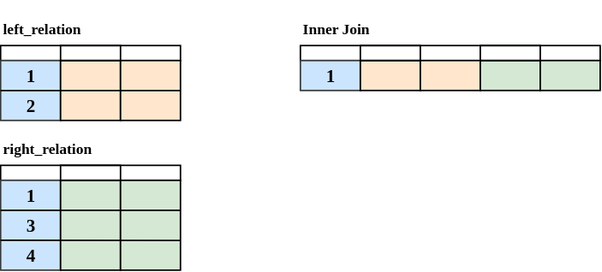
This is docs/sql-reference/inner-join.svg from mabel-dev/opteryx.dev, a draw.io export, as it was before one commit. Source tidied: cells renumbered, new cells last; positions are measured from the earlier drawing's top-left corner, leaving out a move shared by most shapes. Its diagram source:
```xml
<mxGraphModel>
  <root>
    <mxCell id="0" />
    <mxCell id="1" parent="0" />
    <mxCell id="2" style="rounded=0;whiteSpace=wrap;html=1;fontFamily=Lucida Console;fontSize=6;strokeColor=#000000;strokeWidth=1;fillColor=default;gradientColor=none;" parent="1" vertex="1">
      <mxGeometry y="30" width="120" height="10" as="geometry" />
    </mxCell>
    <mxCell id="3" style="rounded=0;whiteSpace=wrap;html=1;fontFamily=Lucida Console;fontSize=6;strokeColor=#36393d;strokeWidth=1;fillColor=#cce5ff;" parent="1" vertex="1">
      <mxGeometry y="40" width="40" height="40" as="geometry" />
    </mxCell>
    <mxCell id="4" style="rounded=0;whiteSpace=wrap;html=1;fontFamily=Lucida Console;fontSize=6;strokeColor=#000000;strokeWidth=1;fillColor=#ffe6cc;" parent="1" vertex="1">
      <mxGeometry x="40" y="40" width="40" height="40" as="geometry" />
    </mxCell>
    <mxCell id="5" style="rounded=0;whiteSpace=wrap;html=1;fontFamily=Lucida Console;fontSize=6;strokeColor=#000000;strokeWidth=1;fillColor=#ffe6cc;" parent="1" vertex="1">
      <mxGeometry x="80" y="40" width="40" height="40" as="geometry" />
    </mxCell>
    <mxCell id="6" style="endArrow=none;html=1;rounded=0;fontFamily=Lucida Console;fontSize=6;entryX=1;entryY=0.5;entryDx=0;entryDy=0;exitX=0;exitY=0.5;exitDx=0;exitDy=0;startArrow=none;" parent="1" edge="1" source="3" target="5">
      <mxGeometry relative="1" as="geometry" />
    </mxCell>
    <mxCell id="7" value="1" style="text;strokeColor=none;fillColor=none;html=1;fontSize=12;fontStyle=1;verticalAlign=bottom;align=center;fontFamily=Lucida Console;" parent="1" vertex="1">
      <mxGeometry y="40" width="40" height="20" as="geometry" />
    </mxCell>
    <mxCell id="8" value="2" style="text;strokeColor=none;fillColor=none;html=1;fontSize=12;fontStyle=1;verticalAlign=bottom;align=center;fontFamily=Lucida Console;" parent="1" vertex="1">
      <mxGeometry y="60" width="40" height="20" as="geometry" />
    </mxCell>
    <mxCell id="9" style="rounded=0;whiteSpace=wrap;html=1;fontFamily=Lucida Console;fontSize=6;strokeColor=#000000;strokeWidth=1;fillColor=none;" parent="1" vertex="1">
      <mxGeometry x="40" y="30" width="40" height="10" as="geometry" />
    </mxCell>
    <mxCell id="10" style="rounded=0;whiteSpace=wrap;html=1;fontFamily=Lucida Console;fontSize=6;strokeColor=#000000;strokeWidth=1;fillColor=default;gradientColor=none;" parent="1" vertex="1">
      <mxGeometry y="110" width="120" height="10" as="geometry" />
    </mxCell>
    <mxCell id="11" style="rounded=0;whiteSpace=wrap;html=1;fontFamily=Lucida Console;fontSize=6;strokeColor=#36393d;strokeWidth=1;fillColor=#cce5ff;" parent="1" vertex="1">
      <mxGeometry y="120" width="40" height="60" as="geometry" />
    </mxCell>
    <mxCell id="12" style="rounded=0;whiteSpace=wrap;html=1;fontFamily=Lucida Console;fontSize=6;strokeColor=#000000;strokeWidth=1;fillColor=#d5e8d4;" parent="1" vertex="1">
      <mxGeometry x="40" y="120" width="40" height="60" as="geometry" />
    </mxCell>
    <mxCell id="13" style="rounded=0;whiteSpace=wrap;html=1;fontFamily=Lucida Console;fontSize=6;strokeColor=#000000;strokeWidth=1;fillColor=#d5e8d4;" parent="1" vertex="1">
      <mxGeometry x="80" y="120" width="40" height="60" as="geometry" />
    </mxCell>
    <mxCell id="14" style="endArrow=none;html=1;rounded=0;fontFamily=Lucida Console;fontSize=6;exitX=0;exitY=0;exitDx=0;exitDy=0;startArrow=none;entryX=1;entryY=0.669;entryDx=0;entryDy=0;entryPerimeter=0;" parent="1" edge="1" source="18" target="13">
      <mxGeometry relative="1" as="geometry" />
    </mxCell>
    <mxCell id="15" value="1" style="text;strokeColor=none;fillColor=none;html=1;fontSize=12;fontStyle=1;verticalAlign=bottom;align=center;fontFamily=Lucida Console;" parent="1" vertex="1">
      <mxGeometry y="120" width="40" height="20" as="geometry" />
    </mxCell>
    <mxCell id="16" value="3" style="text;strokeColor=none;fillColor=none;html=1;fontSize=12;fontStyle=1;verticalAlign=bottom;align=center;fontFamily=Lucida Console;" parent="1" vertex="1">
      <mxGeometry y="140" width="40" height="20" as="geometry" />
    </mxCell>
    <mxCell id="17" style="rounded=0;whiteSpace=wrap;html=1;fontFamily=Lucida Console;fontSize=6;strokeColor=#000000;strokeWidth=1;fillColor=none;" parent="1" vertex="1">
      <mxGeometry x="40" y="110" width="40" height="10" as="geometry" />
    </mxCell>
    <mxCell id="18" value="4" style="text;strokeColor=none;fillColor=none;html=1;fontSize=12;fontStyle=1;verticalAlign=bottom;align=center;fontFamily=Lucida Console;" parent="1" vertex="1">
      <mxGeometry y="160" width="40" height="20" as="geometry" />
    </mxCell>
    <mxCell id="19" style="endArrow=none;html=1;rounded=0;fontFamily=Lucida Console;fontSize=6;exitX=0;exitY=0;exitDx=0;exitDy=0;startArrow=none;" parent="1" edge="1" source="16">
      <mxGeometry relative="1" as="geometry">
        <mxPoint x="120" y="140" as="targetPoint" />
      </mxGeometry>
    </mxCell>
    <mxCell id="20" value="&lt;font style=&quot;font-size: 10px;&quot;&gt;left_relation&lt;/font&gt;" style="text;strokeColor=none;fillColor=none;html=1;fontSize=24;fontStyle=1;verticalAlign=middle;align=left;fontFamily=Lucida Console;" parent="1" vertex="1">
      <mxGeometry width="100" height="30" as="geometry" />
    </mxCell>
    <mxCell id="21" value="&lt;font style=&quot;font-size: 10px;&quot;&gt;right_relation&lt;/font&gt;" style="text;strokeColor=none;fillColor=none;html=1;fontSize=24;fontStyle=1;verticalAlign=middle;align=left;fontFamily=Lucida Console;" parent="1" vertex="1">
      <mxGeometry y="80" width="100" height="30" as="geometry" />
    </mxCell>
    <mxCell id="22" style="rounded=0;whiteSpace=wrap;html=1;fontFamily=Lucida Console;fontSize=6;strokeColor=#000000;strokeWidth=1;fillColor=default;gradientColor=none;" parent="1" vertex="1">
      <mxGeometry x="200" y="30" width="200" height="10" as="geometry" />
    </mxCell>
    <mxCell id="23" style="rounded=0;whiteSpace=wrap;html=1;fontFamily=Lucida Console;fontSize=6;strokeColor=#36393d;strokeWidth=1;fillColor=#cce5ff;" parent="1" vertex="1">
      <mxGeometry x="200" y="40" width="40" height="20" as="geometry" />
    </mxCell>
    <mxCell id="24" style="rounded=0;whiteSpace=wrap;html=1;fontFamily=Lucida Console;fontSize=6;strokeColor=#000000;strokeWidth=1;fillColor=#ffe6cc;" parent="1" vertex="1">
      <mxGeometry x="240" y="40" width="40" height="20" as="geometry" />
    </mxCell>
    <mxCell id="25" style="rounded=0;whiteSpace=wrap;html=1;fontFamily=Lucida Console;fontSize=6;strokeColor=#000000;strokeWidth=1;fillColor=#ffe6cc;" parent="1" vertex="1">
      <mxGeometry x="280" y="40" width="40" height="20" as="geometry" />
    </mxCell>
    <mxCell id="26" value="1" style="text;strokeColor=none;fillColor=none;html=1;fontSize=12;fontStyle=1;verticalAlign=bottom;align=center;fontFamily=Lucida Console;" parent="1" vertex="1">
      <mxGeometry x="200" y="40" width="40" height="20" as="geometry" />
    </mxCell>
    <mxCell id="27" style="rounded=0;whiteSpace=wrap;html=1;fontFamily=Lucida Console;fontSize=6;strokeColor=#000000;strokeWidth=1;fillColor=none;" parent="1" vertex="1">
      <mxGeometry x="240" y="30" width="40" height="10" as="geometry" />
    </mxCell>
    <mxCell id="28" style="rounded=0;whiteSpace=wrap;html=1;fontFamily=Lucida Console;fontSize=6;strokeColor=#000000;strokeWidth=1;fillColor=#d5e8d4;" parent="1" vertex="1">
      <mxGeometry x="320" y="40" width="40" height="20" as="geometry" />
    </mxCell>
    <mxCell id="29" style="rounded=0;whiteSpace=wrap;html=1;fontFamily=Lucida Console;fontSize=6;strokeColor=#000000;strokeWidth=1;fillColor=#d5e8d4;" parent="1" vertex="1">
      <mxGeometry x="360" y="40" width="40" height="20" as="geometry" />
    </mxCell>
    <mxCell id="30" style="rounded=0;whiteSpace=wrap;html=1;fontFamily=Lucida Console;fontSize=6;strokeColor=#000000;strokeWidth=1;fillColor=none;" parent="1" vertex="1">
      <mxGeometry x="320" y="30" width="40" height="10" as="geometry" />
    </mxCell>
    <mxCell id="31" value="&lt;font style=&quot;font-size: 10px;&quot;&gt;Inner Join&lt;/font&gt;" style="text;strokeColor=none;fillColor=none;html=1;fontSize=24;fontStyle=1;verticalAlign=middle;align=left;fontFamily=Lucida Console;" parent="1" vertex="1">
      <mxGeometry x="200" width="100" height="30" as="geometry" />
    </mxCell>
  </root>
</mxGraphModel>
```
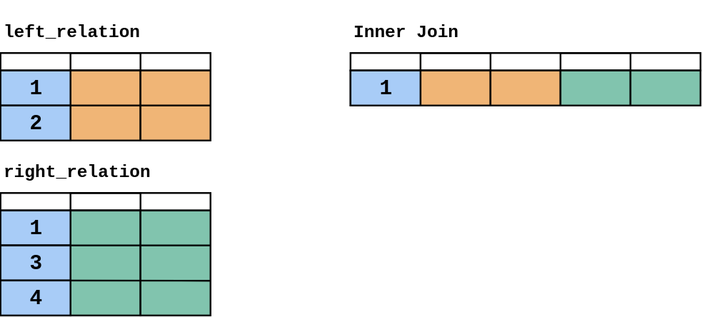
After the commit.

The edit, as a diff of the source:
```diff
@@ -8,19 +8,19 @@
     <mxCell id="3" style="rounded=0;whiteSpace=wrap;html=1;fontFamily=Lucida Console;fontSize=6;strokeColor=#36393d;strokeWidth=1;fillColor=#cce5ff;" parent="1" vertex="1">
       <mxGeometry y="40" width="40" height="40" as="geometry" />
     </mxCell>
-    <mxCell id="4" style="rounded=0;whiteSpace=wrap;html=1;fontFamily=Lucida Console;fontSize=6;strokeColor=#000000;strokeWidth=1;fillColor=#ffe6cc;" parent="1" vertex="1">
+    <mxCell id="4" style="rounded=0;whiteSpace=wrap;html=1;fontFamily=Lucida Console;fontSize=6;strokeColor=#000000;strokeWidth=1;fillColor=#f0b576;" parent="1" vertex="1">
       <mxGeometry x="40" y="40" width="40" height="40" as="geometry" />
     </mxCell>
-    <mxCell id="5" style="rounded=0;whiteSpace=wrap;html=1;fontFamily=Lucida Console;fontSize=6;strokeColor=#000000;strokeWidth=1;fillColor=#ffe6cc;" parent="1" vertex="1">
+    <mxCell id="5" style="rounded=0;whiteSpace=wrap;html=1;fontFamily=Lucida Console;fontSize=6;strokeColor=#000000;strokeWidth=1;fillColor=#F0B576;" parent="1" vertex="1">
       <mxGeometry x="80" y="40" width="40" height="40" as="geometry" />
     </mxCell>
     <mxCell id="6" style="endArrow=none;html=1;rounded=0;fontFamily=Lucida Console;fontSize=6;entryX=1;entryY=0.5;entryDx=0;entryDy=0;exitX=0;exitY=0.5;exitDx=0;exitDy=0;startArrow=none;" parent="1" edge="1" source="3" target="5">
       <mxGeometry relative="1" as="geometry" />
     </mxCell>
-    <mxCell id="7" value="1" style="text;strokeColor=none;fillColor=none;html=1;fontSize=12;fontStyle=1;verticalAlign=bottom;align=center;fontFamily=Lucida Console;" parent="1" vertex="1">
+    <mxCell id="7" value="1" style="text;strokeColor=default;fillColor=#A8CCF7;html=1;fontSize=12;fontStyle=1;verticalAlign=bottom;align=center;fontFamily=Courier New;" parent="1" vertex="1">
       <mxGeometry y="40" width="40" height="20" as="geometry" />
     </mxCell>
-    <mxCell id="8" value="2" style="text;strokeColor=none;fillColor=none;html=1;fontSize=12;fontStyle=1;verticalAlign=bottom;align=center;fontFamily=Lucida Console;" parent="1" vertex="1">
+    <mxCell id="8" value="2" style="text;strokeColor=default;fillColor=#A8CCF7;html=1;fontSize=12;fontStyle=1;verticalAlign=bottom;align=center;fontFamily=Courier New;" parent="1" vertex="1">
       <mxGeometry y="60" width="40" height="20" as="geometry" />
     </mxCell>
     <mxCell id="9" style="rounded=0;whiteSpace=wrap;html=1;fontFamily=Lucida Console;fontSize=6;strokeColor=#000000;strokeWidth=1;fillColor=none;" parent="1" vertex="1">
@@ -32,25 +32,25 @@
     <mxCell id="11" style="rounded=0;whiteSpace=wrap;html=1;fontFamily=Lucida Console;fontSize=6;strokeColor=#36393d;strokeWidth=1;fillColor=#cce5ff;" parent="1" vertex="1">
       <mxGeometry y="120" width="40" height="60" as="geometry" />
     </mxCell>
-    <mxCell id="12" style="rounded=0;whiteSpace=wrap;html=1;fontFamily=Lucida Console;fontSize=6;strokeColor=#000000;strokeWidth=1;fillColor=#d5e8d4;" parent="1" vertex="1">
+    <mxCell id="12" style="rounded=0;whiteSpace=wrap;html=1;fontFamily=Lucida Console;fontSize=6;strokeColor=#000000;strokeWidth=1;fillColor=#81c4ae;" parent="1" vertex="1">
       <mxGeometry x="40" y="120" width="40" height="60" as="geometry" />
     </mxCell>
-    <mxCell id="13" style="rounded=0;whiteSpace=wrap;html=1;fontFamily=Lucida Console;fontSize=6;strokeColor=#000000;strokeWidth=1;fillColor=#d5e8d4;" parent="1" vertex="1">
+    <mxCell id="13" style="rounded=0;whiteSpace=wrap;html=1;fontFamily=Lucida Console;fontSize=6;strokeColor=#000000;strokeWidth=1;fillColor=#81C4AE;" parent="1" vertex="1">
       <mxGeometry x="80" y="120" width="40" height="60" as="geometry" />
     </mxCell>
     <mxCell id="14" style="endArrow=none;html=1;rounded=0;fontFamily=Lucida Console;fontSize=6;exitX=0;exitY=0;exitDx=0;exitDy=0;startArrow=none;entryX=1;entryY=0.669;entryDx=0;entryDy=0;entryPerimeter=0;" parent="1" edge="1" source="18" target="13">
       <mxGeometry relative="1" as="geometry" />
     </mxCell>
-    <mxCell id="15" value="1" style="text;strokeColor=none;fillColor=none;html=1;fontSize=12;fontStyle=1;verticalAlign=bottom;align=center;fontFamily=Lucida Console;" parent="1" vertex="1">
+    <mxCell id="15" value="1" style="text;strokeColor=default;fillColor=#A8CCF7;html=1;fontSize=12;fontStyle=1;verticalAlign=bottom;align=center;fontFamily=Courier New;" parent="1" vertex="1">
       <mxGeometry y="120" width="40" height="20" as="geometry" />
     </mxCell>
-    <mxCell id="16" value="3" style="text;strokeColor=none;fillColor=none;html=1;fontSize=12;fontStyle=1;verticalAlign=bottom;align=center;fontFamily=Lucida Console;" parent="1" vertex="1">
+    <mxCell id="16" value="3" style="text;strokeColor=default;fillColor=#A8CCF7;html=1;fontSize=12;fontStyle=1;verticalAlign=bottom;align=center;fontFamily=Courier New;" parent="1" vertex="1">
       <mxGeometry y="140" width="40" height="20" as="geometry" />
     </mxCell>
     <mxCell id="17" style="rounded=0;whiteSpace=wrap;html=1;fontFamily=Lucida Console;fontSize=6;strokeColor=#000000;strokeWidth=1;fillColor=none;" parent="1" vertex="1">
       <mxGeometry x="40" y="110" width="40" height="10" as="geometry" />
     </mxCell>
-    <mxCell id="18" value="4" style="text;strokeColor=none;fillColor=none;html=1;fontSize=12;fontStyle=1;verticalAlign=bottom;align=center;fontFamily=Lucida Console;" parent="1" vertex="1">
+    <mxCell id="18" value="4" style="text;strokeColor=default;fillColor=#A8CCF7;html=1;fontSize=12;fontStyle=1;verticalAlign=bottom;align=center;fontFamily=Courier New;" parent="1" vertex="1">
       <mxGeometry y="160" width="40" height="20" as="geometry" />
     </mxCell>
     <mxCell id="19" style="endArrow=none;html=1;rounded=0;fontFamily=Lucida Console;fontSize=6;exitX=0;exitY=0;exitDx=0;exitDy=0;startArrow=none;" parent="1" edge="1" source="16">
@@ -58,10 +58,10 @@
         <mxPoint x="120" y="140" as="targetPoint" />
       </mxGeometry>
     </mxCell>
-    <mxCell id="20" value="&lt;font style=&quot;font-size: 10px;&quot;&gt;left_relation&lt;/font&gt;" style="text;strokeColor=none;fillColor=none;html=1;fontSize=24;fontStyle=1;verticalAlign=middle;align=left;fontFamily=Lucida Console;" parent="1" vertex="1">
+    <mxCell id="20" value="&lt;font style=&quot;font-size: 10px;&quot;&gt;left_relation&lt;/font&gt;" style="text;strokeColor=none;fillColor=none;html=1;fontSize=24;fontStyle=1;verticalAlign=middle;align=left;fontFamily=Courier New;" parent="1" vertex="1">
       <mxGeometry width="100" height="30" as="geometry" />
     </mxCell>
-    <mxCell id="21" value="&lt;font style=&quot;font-size: 10px;&quot;&gt;right_relation&lt;/font&gt;" style="text;strokeColor=none;fillColor=none;html=1;fontSize=24;fontStyle=1;verticalAlign=middle;align=left;fontFamily=Lucida Console;" parent="1" vertex="1">
+    <mxCell id="21" value="&lt;font style=&quot;font-size: 10px;&quot;&gt;right_relation&lt;/font&gt;" style="text;strokeColor=none;fillColor=none;html=1;fontSize=24;fontStyle=1;verticalAlign=middle;align=left;fontFamily=Courier New;" parent="1" vertex="1">
       <mxGeometry y="80" width="100" height="30" as="geometry" />
     </mxCell>
     <mxCell id="22" style="rounded=0;whiteSpace=wrap;html=1;fontFamily=Lucida Console;fontSize=6;strokeColor=#000000;strokeWidth=1;fillColor=default;gradientColor=none;" parent="1" vertex="1">
@@ -70,28 +70,28 @@
     <mxCell id="23" style="rounded=0;whiteSpace=wrap;html=1;fontFamily=Lucida Console;fontSize=6;strokeColor=#36393d;strokeWidth=1;fillColor=#cce5ff;" parent="1" vertex="1">
       <mxGeometry x="200" y="40" width="40" height="20" as="geometry" />
     </mxCell>
-    <mxCell id="24" style="rounded=0;whiteSpace=wrap;html=1;fontFamily=Lucida Console;fontSize=6;strokeColor=#000000;strokeWidth=1;fillColor=#ffe6cc;" parent="1" vertex="1">
+    <mxCell id="24" style="rounded=0;whiteSpace=wrap;html=1;fontFamily=Lucida Console;fontSize=6;strokeColor=#000000;strokeWidth=1;fillColor=#F0B576;" parent="1" vertex="1">
       <mxGeometry x="240" y="40" width="40" height="20" as="geometry" />
     </mxCell>
-    <mxCell id="25" style="rounded=0;whiteSpace=wrap;html=1;fontFamily=Lucida Console;fontSize=6;strokeColor=#000000;strokeWidth=1;fillColor=#ffe6cc;" parent="1" vertex="1">
+    <mxCell id="25" style="rounded=0;whiteSpace=wrap;html=1;fontFamily=Lucida Console;fontSize=6;strokeColor=#000000;strokeWidth=1;fillColor=#F0B576;" parent="1" vertex="1">
       <mxGeometry x="280" y="40" width="40" height="20" as="geometry" />
     </mxCell>
-    <mxCell id="26" value="1" style="text;strokeColor=none;fillColor=none;html=1;fontSize=12;fontStyle=1;verticalAlign=bottom;align=center;fontFamily=Lucida Console;" parent="1" vertex="1">
+    <mxCell id="26" value="1" style="text;strokeColor=default;fillColor=#a8ccf7;html=1;fontSize=12;fontStyle=1;verticalAlign=bottom;align=center;fontFamily=Courier New;" parent="1" vertex="1">
       <mxGeometry x="200" y="40" width="40" height="20" as="geometry" />
     </mxCell>
     <mxCell id="27" style="rounded=0;whiteSpace=wrap;html=1;fontFamily=Lucida Console;fontSize=6;strokeColor=#000000;strokeWidth=1;fillColor=none;" parent="1" vertex="1">
       <mxGeometry x="240" y="30" width="40" height="10" as="geometry" />
     </mxCell>
-    <mxCell id="28" style="rounded=0;whiteSpace=wrap;html=1;fontFamily=Lucida Console;fontSize=6;strokeColor=#000000;strokeWidth=1;fillColor=#d5e8d4;" parent="1" vertex="1">
+    <mxCell id="28" style="rounded=0;whiteSpace=wrap;html=1;fontFamily=Lucida Console;fontSize=6;strokeColor=#000000;strokeWidth=1;fillColor=#81C4AE;" parent="1" vertex="1">
       <mxGeometry x="320" y="40" width="40" height="20" as="geometry" />
     </mxCell>
-    <mxCell id="29" style="rounded=0;whiteSpace=wrap;html=1;fontFamily=Lucida Console;fontSize=6;strokeColor=#000000;strokeWidth=1;fillColor=#d5e8d4;" parent="1" vertex="1">
+    <mxCell id="29" style="rounded=0;whiteSpace=wrap;html=1;fontFamily=Lucida Console;fontSize=6;strokeColor=#000000;strokeWidth=1;fillColor=#81C4AE;" parent="1" vertex="1">
       <mxGeometry x="360" y="40" width="40" height="20" as="geometry" />
     </mxCell>
     <mxCell id="30" style="rounded=0;whiteSpace=wrap;html=1;fontFamily=Lucida Console;fontSize=6;strokeColor=#000000;strokeWidth=1;fillColor=none;" parent="1" vertex="1">
       <mxGeometry x="320" y="30" width="40" height="10" as="geometry" />
     </mxCell>
-    <mxCell id="31" value="&lt;font style=&quot;font-size: 10px;&quot;&gt;Inner Join&lt;/font&gt;" style="text;strokeColor=none;fillColor=none;html=1;fontSize=24;fontStyle=1;verticalAlign=middle;align=left;fontFamily=Lucida Console;" parent="1" vertex="1">
+    <mxCell id="31" value="&lt;font style=&quot;font-size: 10px;&quot;&gt;Inner Join&lt;/font&gt;" style="text;strokeColor=none;fillColor=none;html=1;fontSize=24;fontStyle=1;verticalAlign=middle;align=left;fontFamily=Courier New;" parent="1" vertex="1">
       <mxGeometry x="200" width="100" height="30" as="geometry" />
     </mxCell>
   </root>
```
